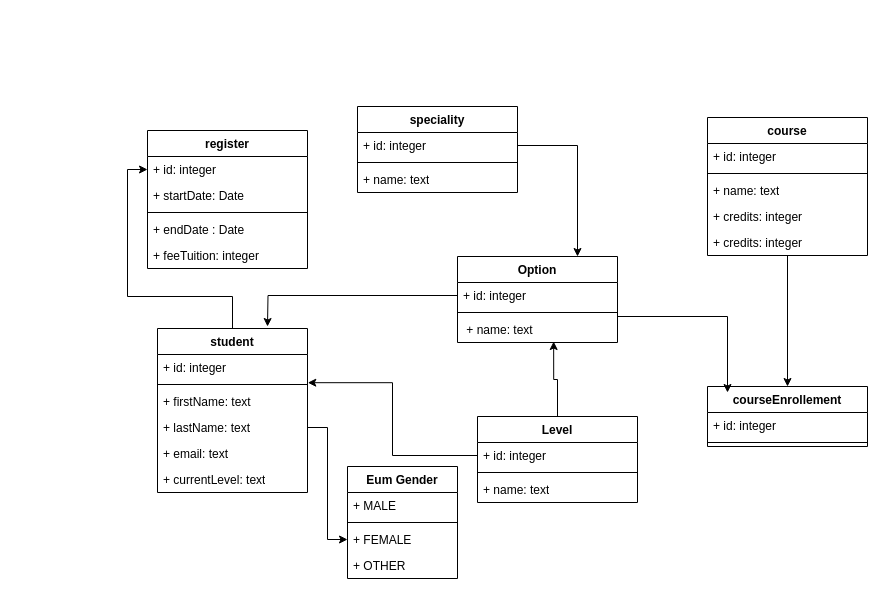
sidofdountio/schoolappui keeps this draw.io diagram as page "Page-1" (1 of 4) of schoolapp-use-case-spring-1.drawio. Above is the earlier version. Source tidied: cells renumbered, new cells numbered last; positions are measured from the earlier drawing's top-left corner, leaving out a move shared by most shapes. Both pictures are drawn from the tidied source at 100%, with x=0, y=0 at pixel (127, 106).
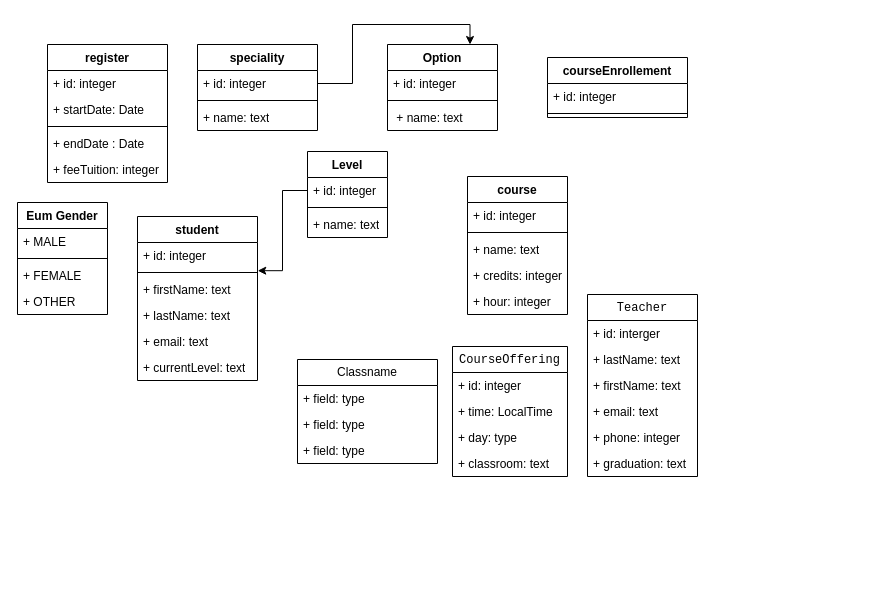
The same page after the edit.

Change to the diagram source:
```diff
@@
     <mxCell id="2" value="speciality" style="swimlane;fontStyle=1;align=center;verticalAlign=top;horizontal=1;startSize=26;whiteSpace=wrap;html=1;" parent="1" vertex="1">
-      <mxGeometry x="230" width="160" height="86" as="geometry" />
+      <mxGeometry x="70" y="-62" width="120" height="86" as="geometry" />
     </mxCell>
     <mxCell id="3" value="+ id: integer" style="text;strokeColor=none;fillColor=none;align=left;verticalAlign=top;spacingLeft=4;spacingRight=4;overflow=hidden;points=[[0,0.5],[1,0.5]];portConstraint=eastwest;whiteSpace=wrap;html=1;" parent="2" vertex="1">
-      <mxGeometry y="26" width="160" height="26" as="geometry" />
+      <mxGeometry y="26" width="120" height="26" as="geometry" />
     </mxCell>
     <mxCell id="4" style="line;strokeWidth=1;fillColor=none;align=left;verticalAlign=middle;spacingTop=-1;spacingLeft=3;spacingRight=3;labelPosition=right;strokeColor=inherit;" parent="2" vertex="1">
-      <mxGeometry y="52" width="160" height="8" as="geometry" />
+      <mxGeometry y="52" width="120" height="8" as="geometry" />
     </mxCell>
     <mxCell id="5" value="+ name: text" style="text;strokeColor=none;fillColor=none;align=left;verticalAlign=top;spacingLeft=4;spacingRight=4;overflow=hidden;whiteSpace=wrap;html=1;" parent="2" vertex="1">
-      <mxGeometry y="60" width="160" height="26" as="geometry" />
+      <mxGeometry y="60" width="120" height="26" as="geometry" />
     </mxCell>
     <mxCell id="6" value="Option" style="swimlane;fontStyle=1;align=center;verticalAlign=top;horizontal=1;startSize=26;whiteSpace=wrap;html=1;" parent="1" vertex="1">
-      <mxGeometry x="330" y="150" width="160" height="86" as="geometry" />
+      <mxGeometry x="260" y="-62" width="110" height="86" as="geometry" />
     </mxCell>
-    <mxCell id="7" style="edgeStyle=orthogonalEdgeStyle;rounded=0;jettySize=auto;html=1;" parent="6" edge="1" source="8">
-      <mxGeometry relative="1" as="geometry">
-        <mxPoint x="-190" y="70" as="targetPoint" />
-      </mxGeometry>
-    </mxCell>
     <mxCell id="8" value="+ id: integer" style="text;strokeColor=none;fillColor=none;align=left;verticalAlign=top;spacingLeft=4;spacingRight=4;overflow=hidden;points=[[0,0.5],[1,0.5]];portConstraint=eastwest;whiteSpace=wrap;html=1;" parent="6" vertex="1">
-      <mxGeometry y="26" width="160" height="26" as="geometry" />
+      <mxGeometry y="26" width="110" height="26" as="geometry" />
     </mxCell>
     <mxCell id="9" style="line;strokeWidth=1;fillColor=none;align=left;verticalAlign=middle;spacingTop=-1;spacingLeft=3;spacingRight=3;labelPosition=right;strokeColor=inherit;" parent="6" vertex="1">
-      <mxGeometry y="52" width="160" height="8" as="geometry" />
+      <mxGeometry y="52" width="110" height="8" as="geometry" />
     </mxCell>
     <mxCell id="10" value="&amp;nbsp;+ name: text" style="text;strokeColor=none;fillColor=none;align=left;verticalAlign=top;spacingLeft=4;spacingRight=4;overflow=hidden;points=[[0,0.5],[1,0.5]];portConstraint=eastwest;whiteSpace=wrap;html=1;" parent="6" vertex="1">
-      <mxGeometry y="60" width="160" height="26" as="geometry" />
+      <mxGeometry y="60" width="110" height="26" as="geometry" />
     </mxCell>
-    <mxCell id="11" style="edgeStyle=orthogonalEdgeStyle;rounded=0;jettySize=auto;html=1;entryX=0.5;entryY=0;entryDx=0;entryDy=0;" parent="1" edge="1" source="12" target="37">
-      <mxGeometry relative="1" as="geometry" />
-    </mxCell>
     <mxCell id="12" value="course" style="swimlane;fontStyle=1;align=center;verticalAlign=top;horizontal=1;startSize=26;whiteSpace=wrap;html=1;" parent="1" vertex="1">
-      <mxGeometry x="580" y="11" width="160" height="138" as="geometry" />
+      <mxGeometry x="340" y="70" width="100" height="138" as="geometry" />
     </mxCell>
     <mxCell id="13" value="+ id: integer" style="text;strokeColor=none;fillColor=none;align=left;verticalAlign=top;spacingLeft=4;spacingRight=4;overflow=hidden;whiteSpace=wrap;html=1;" parent="12" vertex="1">
-      <mxGeometry y="26" width="160" height="26" as="geometry" />
+      <mxGeometry y="26" width="100" height="26" as="geometry" />
     </mxCell>
     <mxCell id="14" style="line;strokeWidth=1;fillColor=none;align=left;verticalAlign=middle;spacingTop=-1;spacingLeft=3;spacingRight=3;labelPosition=right;strokeColor=inherit;" parent="12" vertex="1">
-      <mxGeometry y="52" width="160" height="8" as="geometry" />
+      <mxGeometry y="52" width="100" height="8" as="geometry" />
     </mxCell>
     <mxCell id="15" value="+ name: text" style="text;strokeColor=none;fillColor=none;align=left;verticalAlign=top;spacingLeft=4;spacingRight=4;overflow=hidden;whiteSpace=wrap;html=1;" parent="12" vertex="1">
-      <mxGeometry y="60" width="160" height="26" as="geometry" />
+      <mxGeometry y="60" width="100" height="26" as="geometry" />
     </mxCell>
     <mxCell id="16" value="+ credits: integer" style="text;strokeColor=none;fillColor=none;align=left;verticalAlign=top;spacingLeft=4;spacingRight=4;overflow=hidden;whiteSpace=wrap;html=1;" parent="12" vertex="1">
-      <mxGeometry y="86" width="160" height="26" as="geometry" />
+      <mxGeometry y="86" width="100" height="26" as="geometry" />
     </mxCell>
-    <mxCell id="17" value="+ credits: integer" style="text;strokeColor=none;fillColor=none;align=left;verticalAlign=top;spacingLeft=4;spacingRight=4;overflow=hidden;whiteSpace=wrap;html=1;" parent="12" vertex="1">
-      <mxGeometry y="112" width="160" height="26" as="geometry" />
+    <mxCell id="17" value="+ hour: integer" style="text;strokeColor=none;fillColor=none;align=left;verticalAlign=top;spacingLeft=4;spacingRight=4;overflow=hidden;whiteSpace=wrap;html=1;" parent="12" vertex="1">
+      <mxGeometry y="112" width="100" height="26" as="geometry" />
     </mxCell>
-    <mxCell id="18" style="edgeStyle=orthogonalEdgeStyle;rounded=0;jettySize=auto;html=1;entryX=0;entryY=0.5;entryDx=0;entryDy=0;" parent="1" edge="1" source="19" target="32">
-      <mxGeometry relative="1" as="geometry">
-        <Array as="points">
-          <mxPoint x="105" y="190" />
-          <mxPoint y="190" />
-          <mxPoint y="63" />
-        </Array>
-      </mxGeometry>
-    </mxCell>
     <mxCell id="19" value="student" style="swimlane;fontStyle=1;align=center;verticalAlign=top;horizontal=1;startSize=26;whiteSpace=wrap;html=1;" parent="1" vertex="1">
-      <mxGeometry x="30" y="222" width="150" height="164" as="geometry" />
+      <mxGeometry x="10" y="110" width="120" height="164" as="geometry" />
     </mxCell>
     <mxCell id="20" value="+ id: integer" style="text;strokeColor=none;fillColor=none;align=left;verticalAlign=top;spacingLeft=4;spacingRight=4;overflow=hidden;points=[[0,0.5],[1,0.5]];portConstraint=eastwest;whiteSpace=wrap;html=1;" parent="19" vertex="1">
-      <mxGeometry y="26" width="150" height="26" as="geometry" />
+      <mxGeometry y="26" width="120" height="26" as="geometry" />
     </mxCell>
     <mxCell id="21" style="line;strokeWidth=1;fillColor=none;align=left;verticalAlign=middle;spacingTop=-1;spacingLeft=3;spacingRight=3;labelPosition=right;strokeColor=inherit;" parent="19" vertex="1">
-      <mxGeometry y="52" width="150" height="8" as="geometry" />
+      <mxGeometry y="52" width="120" height="8" as="geometry" />
     </mxCell>
     <mxCell id="22" value="+ firstName: text" style="text;strokeColor=none;fillColor=none;align=left;verticalAlign=top;spacingLeft=4;spacingRight=4;overflow=hidden;whiteSpace=wrap;html=1;" parent="19" vertex="1">
-      <mxGeometry y="60" width="150" height="26" as="geometry" />
+      <mxGeometry y="60" width="120" height="26" as="geometry" />
     </mxCell>
     <mxCell id="23" value="+ lastName: text" style="text;strokeColor=none;fillColor=none;align=left;verticalAlign=top;spacingLeft=4;spacingRight=4;overflow=hidden;points=[[0,0.5],[1,0.5]];portConstraint=eastwest;whiteSpace=wrap;html=1;" parent="19" vertex="1">
-      <mxGeometry y="86" width="150" height="26" as="geometry" />
+      <mxGeometry y="86" width="120" height="26" as="geometry" />
     </mxCell>
     <mxCell id="24" value="+ email: text" style="text;strokeColor=none;fillColor=none;align=left;verticalAlign=top;spacingLeft=4;spacingRight=4;overflow=hidden;whiteSpace=wrap;html=1;" parent="19" vertex="1">
-      <mxGeometry y="112" width="150" height="26" as="geometry" />
+      <mxGeometry y="112" width="120" height="26" as="geometry" />
     </mxCell>
     <mxCell id="25" value="+ currentLevel: text" style="text;strokeColor=none;fillColor=none;align=left;verticalAlign=top;spacingLeft=4;spacingRight=4;overflow=hidden;whiteSpace=wrap;html=1;" parent="19" vertex="1">
-      <mxGeometry y="138" width="150" height="26" as="geometry" />
+      <mxGeometry y="138" width="120" height="26" as="geometry" />
     </mxCell>
     <mxCell id="26" value="Eum Gender" style="swimlane;fontStyle=1;align=center;verticalAlign=top;horizontal=1;startSize=26;whiteSpace=wrap;html=1;" parent="1" vertex="1">
-      <mxGeometry x="220" y="360" width="110" height="112" as="geometry" />
+      <mxGeometry x="-110" y="96" width="90" height="112" as="geometry" />
     </mxCell>
     <mxCell id="27" value="+ MALE" style="text;strokeColor=none;fillColor=none;align=left;verticalAlign=top;spacingLeft=4;spacingRight=4;overflow=hidden;whiteSpace=wrap;html=1;" parent="26" vertex="1">
-      <mxGeometry y="26" width="110" height="26" as="geometry" />
+      <mxGeometry y="26" width="90" height="26" as="geometry" />
     </mxCell>
     <mxCell id="28" style="line;strokeWidth=1;fillColor=none;align=left;verticalAlign=middle;spacingTop=-1;spacingLeft=3;spacingRight=3;labelPosition=right;strokeColor=inherit;" parent="26" vertex="1">
-      <mxGeometry y="52" width="110" height="8" as="geometry" />
+      <mxGeometry y="52" width="90" height="8" as="geometry" />
     </mxCell>
     <mxCell id="29" value="+ FEMALE" style="text;strokeColor=none;fillColor=none;align=left;verticalAlign=top;spacingLeft=4;spacingRight=4;overflow=hidden;points=[[0,0.5],[1,0.5]];portConstraint=eastwest;whiteSpace=wrap;html=1;" parent="26" vertex="1">
-      <mxGeometry y="60" width="110" height="26" as="geometry" />
+      <mxGeometry y="60" width="90" height="26" as="geometry" />
     </mxCell>
     <mxCell id="30" value="+ OTHER" style="text;strokeColor=none;fillColor=none;align=left;verticalAlign=top;spacingLeft=4;spacingRight=4;overflow=hidden;whiteSpace=wrap;html=1;" parent="26" vertex="1">
-      <mxGeometry y="86" width="110" height="26" as="geometry" />
+      <mxGeometry y="86" width="90" height="26" as="geometry" />
     </mxCell>
     <mxCell id="31" value="register" style="swimlane;fontStyle=1;align=center;verticalAlign=top;horizontal=1;startSize=26;whiteSpace=wrap;html=1;" parent="1" vertex="1">
-      <mxGeometry x="20" y="24" width="160" height="138" as="geometry" />
+      <mxGeometry x="-80" y="-62" width="120" height="138" as="geometry" />
     </mxCell>
     <mxCell id="32" value="+ id: integer" style="text;strokeColor=none;fillColor=none;align=left;verticalAlign=top;spacingLeft=4;spacingRight=4;overflow=hidden;points=[[0,0.5],[1,0.5]];portConstraint=eastwest;whiteSpace=wrap;html=1;" parent="31" vertex="1">
-      <mxGeometry y="26" width="160" height="26" as="geometry" />
+      <mxGeometry y="26" width="120" height="26" as="geometry" />
     </mxCell>
     <mxCell id="33" value="+ startDate: Date" style="text;strokeColor=none;fillColor=none;align=left;verticalAlign=top;spacingLeft=4;spacingRight=4;overflow=hidden;whiteSpace=wrap;html=1;" parent="31" vertex="1">
-      <mxGeometry y="52" width="160" height="26" as="geometry" />
+      <mxGeometry y="52" width="120" height="26" as="geometry" />
     </mxCell>
     <mxCell id="34" style="line;strokeWidth=1;fillColor=none;align=left;verticalAlign=middle;spacingTop=-1;spacingLeft=3;spacingRight=3;labelPosition=right;strokeColor=inherit;" parent="31" vertex="1">
-      <mxGeometry y="78" width="160" height="8" as="geometry" />
+      <mxGeometry y="78" width="120" height="8" as="geometry" />
     </mxCell>
     <mxCell id="35" value="+ endDate : Date" style="text;strokeColor=none;fillColor=none;align=left;verticalAlign=top;spacingLeft=4;spacingRight=4;overflow=hidden;whiteSpace=wrap;html=1;" parent="31" vertex="1">
-      <mxGeometry y="86" width="160" height="26" as="geometry" />
+      <mxGeometry y="86" width="120" height="26" as="geometry" />
     </mxCell>
     <mxCell id="36" value="+ feeTuition: integer" style="text;strokeColor=none;fillColor=none;align=left;verticalAlign=top;spacingLeft=4;spacingRight=4;overflow=hidden;whiteSpace=wrap;html=1;" parent="31" vertex="1">
-      <mxGeometry y="112" width="160" height="26" as="geometry" />
+      <mxGeometry y="112" width="120" height="26" as="geometry" />
     </mxCell>
     <mxCell id="37" value="courseEnrollement" style="swimlane;fontStyle=1;align=center;verticalAlign=top;horizontal=1;startSize=26;whiteSpace=wrap;html=1;" parent="1" vertex="1">
-      <mxGeometry x="580" y="280" width="160" height="60" as="geometry" />
+      <mxGeometry x="420" y="-49" width="140" height="60" as="geometry" />
     </mxCell>
     <mxCell id="38" value="+ id: integer" style="text;strokeColor=none;fillColor=none;align=left;verticalAlign=top;spacingLeft=4;spacingRight=4;overflow=hidden;whiteSpace=wrap;html=1;" parent="37" vertex="1">
-      <mxGeometry y="26" width="160" height="26" as="geometry" />
+      <mxGeometry y="26" width="140" height="26" as="geometry" />
     </mxCell>
     <mxCell id="39" style="line;strokeWidth=1;fillColor=none;align=left;verticalAlign=middle;spacingTop=-1;spacingLeft=3;spacingRight=3;labelPosition=right;strokeColor=inherit;" parent="37" vertex="1">
-      <mxGeometry y="52" width="160" height="8" as="geometry" />
+      <mxGeometry y="52" width="140" height="8" as="geometry" />
     </mxCell>
-    <mxCell id="40" style="edgeStyle=orthogonalEdgeStyle;rounded=0;jettySize=auto;html=1;entryX=0;entryY=0.5;entryDx=0;entryDy=0;" parent="1" edge="1" source="23" target="29">
-      <mxGeometry relative="1" as="geometry" />
-    </mxCell>
-    <mxCell id="41" style="edgeStyle=orthogonalEdgeStyle;rounded=0;jettySize=auto;html=1;entryX=0.125;entryY=0.1;entryDx=0;entryDy=0;entryPerimeter=0;" parent="1" edge="1" source="10" target="37">
-      <mxGeometry relative="1" as="geometry">
-        <Array as="points">
-          <mxPoint x="600" y="210" />
-        </Array>
-      </mxGeometry>
-    </mxCell>
     <mxCell id="42" value="Level" style="swimlane;fontStyle=1;align=center;verticalAlign=top;horizontal=1;startSize=26;whiteSpace=wrap;html=1;" parent="1" vertex="1">
-      <mxGeometry x="350" y="310" width="160" height="86" as="geometry" />
+      <mxGeometry x="180" y="45" width="80" height="86" as="geometry" />
     </mxCell>
     <mxCell id="43" value="+ id: integer" style="text;strokeColor=none;fillColor=none;align=left;verticalAlign=top;spacingLeft=4;spacingRight=4;overflow=hidden;points=[[0,0.5],[1,0.5]];portConstraint=eastwest;whiteSpace=wrap;html=1;" parent="42" vertex="1">
-      <mxGeometry y="26" width="160" height="26" as="geometry" />
+      <mxGeometry y="26" width="80" height="26" as="geometry" />
     </mxCell>
     <mxCell id="44" style="line;strokeWidth=1;fillColor=none;align=left;verticalAlign=middle;spacingTop=-1;spacingLeft=3;spacingRight=3;labelPosition=right;strokeColor=inherit;" parent="42" vertex="1">
-      <mxGeometry y="52" width="160" height="8" as="geometry" />
+      <mxGeometry y="52" width="80" height="8" as="geometry" />
     </mxCell>
     <mxCell id="45" value="+ name: text" style="text;strokeColor=none;fillColor=none;align=left;verticalAlign=top;spacingLeft=4;spacingRight=4;overflow=hidden;whiteSpace=wrap;html=1;" parent="42" vertex="1">
-      <mxGeometry y="60" width="160" height="26" as="geometry" />
+      <mxGeometry y="60" width="80" height="26" as="geometry" />
     </mxCell>
@@
-    <mxCell id="48" style="edgeStyle=orthogonalEdgeStyle;rounded=0;jettySize=auto;html=1;entryX=0.601;entryY=0.962;entryDx=0;entryDy=0;entryPerimeter=0;" parent="1" edge="1" source="42" target="10">
-      <mxGeometry relative="1" as="geometry" />
-    </mxCell>
+    <mxCell id="49" value="&lt;code&gt;Teacher&lt;/code&gt;" style="swimlane;fontStyle=0;horizontal=1;startSize=26;fillColor=none;whiteSpace=wrap;html=1;" parent="1" vertex="1">
+      <mxGeometry x="460" y="188" width="110" height="182" as="geometry" />
+    </mxCell>
+    <mxCell id="50" value="+ id: interger" style="text;strokeColor=none;fillColor=none;align=left;verticalAlign=top;spacingLeft=4;spacingRight=4;overflow=hidden;whiteSpace=wrap;html=1;" parent="49" vertex="1">
+      <mxGeometry y="26" width="110" height="26" as="geometry" />
+    </mxCell>
+    <mxCell id="51" value="+ lastName: text" style="text;strokeColor=none;fillColor=none;align=left;verticalAlign=top;spacingLeft=4;spacingRight=4;overflow=hidden;whiteSpace=wrap;html=1;" parent="49" vertex="1">
+      <mxGeometry y="52" width="110" height="26" as="geometry" />
+    </mxCell>
+    <mxCell id="52" value="+ firstName: text" style="text;strokeColor=none;fillColor=none;align=left;verticalAlign=top;spacingLeft=4;spacingRight=4;overflow=hidden;whiteSpace=wrap;html=1;" parent="49" vertex="1">
+      <mxGeometry y="78" width="110" height="26" as="geometry" />
+    </mxCell>
+    <mxCell id="53" value="+ email: text" style="text;strokeColor=none;fillColor=none;align=left;verticalAlign=top;spacingLeft=4;spacingRight=4;overflow=hidden;whiteSpace=wrap;html=1;" parent="49" vertex="1">
+      <mxGeometry y="104" width="110" height="26" as="geometry" />
+    </mxCell>
+    <mxCell id="54" value="+ phone: integer" style="text;strokeColor=none;fillColor=none;align=left;verticalAlign=top;spacingLeft=4;spacingRight=4;overflow=hidden;whiteSpace=wrap;html=1;" parent="49" vertex="1">
+      <mxGeometry y="130" width="110" height="26" as="geometry" />
+    </mxCell>
+    <mxCell id="55" value="+ graduation: text" style="text;strokeColor=none;fillColor=none;align=left;verticalAlign=top;spacingLeft=4;spacingRight=4;overflow=hidden;whiteSpace=wrap;html=1;" parent="49" vertex="1">
+      <mxGeometry y="156" width="110" height="26" as="geometry" />
+    </mxCell>
+    <mxCell id="56" value="&lt;code&gt;CourseOffering&lt;/code&gt;" style="swimlane;fontStyle=0;horizontal=1;startSize=26;fillColor=none;whiteSpace=wrap;html=1;" parent="1" vertex="1">
+      <mxGeometry x="325" y="240" width="115" height="130" as="geometry" />
+    </mxCell>
+    <mxCell id="57" value="+ id: integer" style="text;strokeColor=none;fillColor=none;align=left;verticalAlign=top;spacingLeft=4;spacingRight=4;overflow=hidden;whiteSpace=wrap;html=1;" parent="56" vertex="1">
+      <mxGeometry y="26" width="115" height="26" as="geometry" />
+    </mxCell>
+    <mxCell id="58" value="+ time: LocalTime" style="text;strokeColor=none;fillColor=none;align=left;verticalAlign=top;spacingLeft=4;spacingRight=4;overflow=hidden;whiteSpace=wrap;html=1;" parent="56" vertex="1">
+      <mxGeometry y="52" width="115" height="26" as="geometry" />
+    </mxCell>
+    <mxCell id="59" value="+ day: type" style="text;strokeColor=none;fillColor=none;align=left;verticalAlign=top;spacingLeft=4;spacingRight=4;overflow=hidden;whiteSpace=wrap;html=1;" parent="56" vertex="1">
+      <mxGeometry y="78" width="115" height="26" as="geometry" />
+    </mxCell>
+    <mxCell id="60" value="+ classroom: text" style="text;strokeColor=none;fillColor=none;align=left;verticalAlign=top;spacingLeft=4;spacingRight=4;overflow=hidden;whiteSpace=wrap;html=1;" parent="56" vertex="1">
+      <mxGeometry y="104" width="115" height="26" as="geometry" />
+    </mxCell>
+    <mxCell id="61" value="Classname" style="swimlane;fontStyle=0;horizontal=1;startSize=26;fillColor=none;whiteSpace=wrap;html=1;" parent="1" vertex="1">
+      <mxGeometry x="170" y="253" width="140" height="104" as="geometry" />
+    </mxCell>
+    <mxCell id="62" value="+ field: type" style="text;strokeColor=none;fillColor=none;align=left;verticalAlign=top;spacingLeft=4;spacingRight=4;overflow=hidden;whiteSpace=wrap;html=1;" parent="61" vertex="1">
+      <mxGeometry y="26" width="140" height="26" as="geometry" />
+    </mxCell>
+    <mxCell id="63" value="+ field: type" style="text;strokeColor=none;fillColor=none;align=left;verticalAlign=top;spacingLeft=4;spacingRight=4;overflow=hidden;whiteSpace=wrap;html=1;" parent="61" vertex="1">
+      <mxGeometry y="52" width="140" height="26" as="geometry" />
+    </mxCell>
+    <mxCell id="64" value="+ field: type" style="text;strokeColor=none;fillColor=none;align=left;verticalAlign=top;spacingLeft=4;spacingRight=4;overflow=hidden;whiteSpace=wrap;html=1;" parent="61" vertex="1">
+      <mxGeometry y="78" width="140" height="26" as="geometry" />
+    </mxCell>
```
